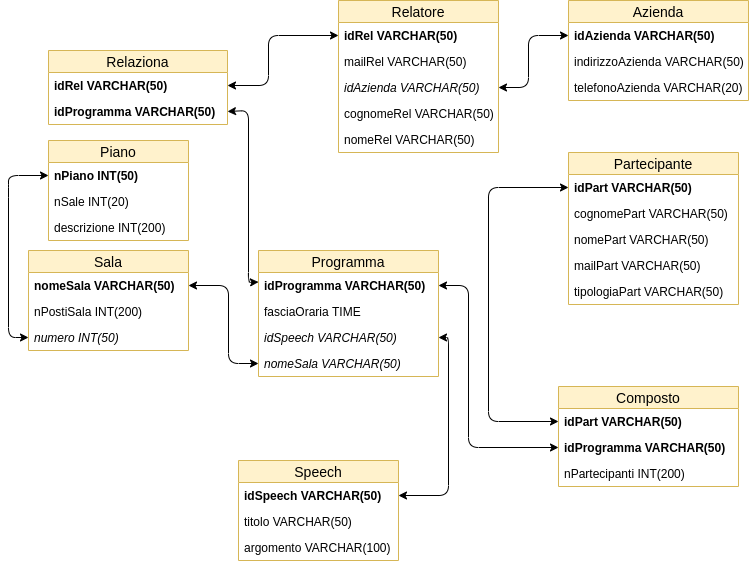
Before: Schemi/Schema_Fisico.png, a diagram exported from draw.io (mattiaudisio/SCUOL4). Source tidied: cells renumbered, new cells last; positions are measured from the earlier drawing's top-left corner, leaving out a move shared by most shapes.
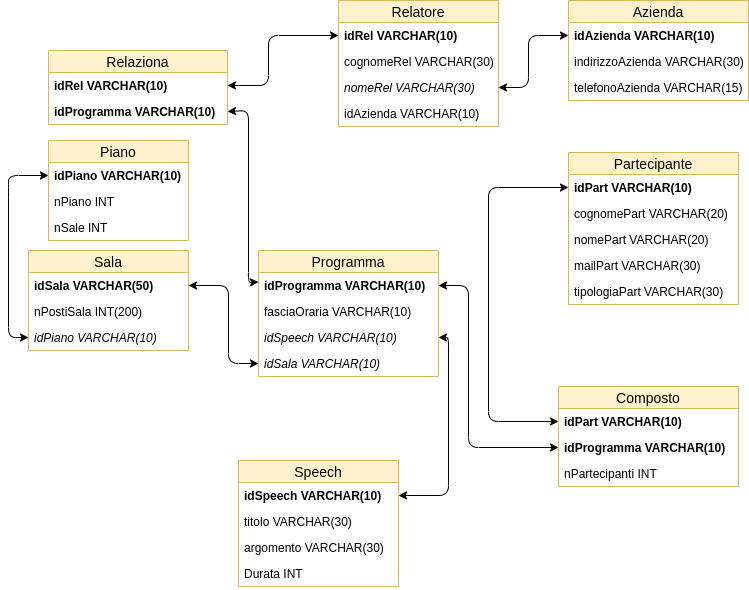
Above is the later version.

Diff of the diagram source:
```diff
@@ -3,33 +3,30 @@
     <mxCell id="0" />
     <mxCell id="1" parent="0" />
     <mxCell id="2" value="Relatore" style="swimlane;fontStyle=0;horizontal=1;startSize=22;fillColor=#fff2cc;swimlaneFillColor=#ffffff;align=center;fontSize=14;strokeColor=#d6b656;" parent="1" vertex="1">
-      <mxGeometry x="330" width="160" height="152" as="geometry" />
+      <mxGeometry x="330" width="160" height="126" as="geometry" />
     </mxCell>
-    <mxCell id="3" value="idRel VARCHAR(50)&#10; " style="text;strokeColor=none;fillColor=none;spacingLeft=4;spacingRight=4;overflow=hidden;points=[[0,0.5],[1,0.5]];portConstraint=eastwest;fontSize=12;fontStyle=1;" parent="2" vertex="1">
+    <mxCell id="3" value="idRel VARCHAR(10)" style="text;strokeColor=none;fillColor=none;spacingLeft=4;spacingRight=4;overflow=hidden;points=[[0,0.5],[1,0.5]];portConstraint=eastwest;fontSize=12;fontStyle=1;" parent="2" vertex="1">
       <mxGeometry y="22" width="160" height="26" as="geometry" />
     </mxCell>
-    <mxCell id="4" value="mailRel VARCHAR(50)" style="text;strokeColor=none;fillColor=none;spacingLeft=4;spacingRight=4;overflow=hidden;fontSize=12;fontStyle=0;" parent="2" vertex="1">
+    <mxCell id="4" value="cognomeRel VARCHAR(30)" style="text;strokeColor=none;fillColor=none;spacingLeft=4;spacingRight=4;overflow=hidden;fontSize=12;fontStyle=0;" parent="2" vertex="1">
       <mxGeometry y="48" width="160" height="26" as="geometry" />
     </mxCell>
-    <mxCell id="5" value="idAzienda VARCHAR(50)" style="text;strokeColor=none;fillColor=none;spacingLeft=4;spacingRight=4;overflow=hidden;points=[[0,0.5],[1,0.5]];portConstraint=eastwest;fontSize=12;fontStyle=2;" parent="2" vertex="1">
+    <mxCell id="5" value="nomeRel VARCHAR(30)" style="text;strokeColor=none;fillColor=none;spacingLeft=4;spacingRight=4;overflow=hidden;points=[[0,0.5],[1,0.5]];portConstraint=eastwest;fontSize=12;fontStyle=2;" parent="2" vertex="1">
       <mxGeometry y="74" width="160" height="26" as="geometry" />
     </mxCell>
-    <mxCell id="6" value="cognomeRel VARCHAR(50)" style="text;strokeColor=none;fillColor=none;spacingLeft=4;spacingRight=4;overflow=hidden;fontSize=12;" parent="2" vertex="1">
+    <mxCell id="6" value="idAzienda VARCHAR(10)" style="text;strokeColor=none;fillColor=none;spacingLeft=4;spacingRight=4;overflow=hidden;fontSize=12;" parent="2" vertex="1">
       <mxGeometry y="100" width="160" height="26" as="geometry" />
     </mxCell>
-    <mxCell id="7" value="nomeRel VARCHAR(50)" style="text;strokeColor=none;fillColor=none;spacingLeft=4;spacingRight=4;overflow=hidden;fontSize=12;" parent="2" vertex="1">
-      <mxGeometry y="126" width="160" height="26" as="geometry" />
-    </mxCell>
     <mxCell id="8" value="Azienda" style="swimlane;fontStyle=0;horizontal=1;startSize=22;fillColor=#fff2cc;swimlaneFillColor=#ffffff;align=center;fontSize=14;strokeColor=#d6b656;" parent="1" vertex="1">
       <mxGeometry x="560" width="180" height="100" as="geometry" />
     </mxCell>
-    <mxCell id="9" value="idAzienda VARCHAR(50)" style="text;strokeColor=none;fillColor=none;spacingLeft=4;spacingRight=4;overflow=hidden;points=[[0,0.5],[1,0.5]];portConstraint=eastwest;fontSize=12;fontStyle=1;" parent="8" vertex="1">
+    <mxCell id="9" value="idAzienda VARCHAR(10)" style="text;strokeColor=none;fillColor=none;spacingLeft=4;spacingRight=4;overflow=hidden;points=[[0,0.5],[1,0.5]];portConstraint=eastwest;fontSize=12;fontStyle=1;" parent="8" vertex="1">
       <mxGeometry y="22" width="180" height="26" as="geometry" />
     </mxCell>
-    <mxCell id="10" value="indirizzoAzienda VARCHAR(50)" style="text;strokeColor=none;fillColor=none;spacingLeft=4;spacingRight=4;overflow=hidden;fontSize=12;" parent="8" vertex="1">
+    <mxCell id="10" value="indirizzoAzienda VARCHAR(30)" style="text;strokeColor=none;fillColor=none;spacingLeft=4;spacingRight=4;overflow=hidden;fontSize=12;" parent="8" vertex="1">
       <mxGeometry y="48" width="180" height="26" as="geometry" />
     </mxCell>
-    <mxCell id="11" value="telefonoAzienda VARCHAR(20)" style="text;strokeColor=none;fillColor=none;spacingLeft=4;spacingRight=4;overflow=hidden;fontSize=12;" parent="8" vertex="1">
+    <mxCell id="11" value="telefonoAzienda VARCHAR(15)" style="text;strokeColor=none;fillColor=none;spacingLeft=4;spacingRight=4;overflow=hidden;fontSize=12;" parent="8" vertex="1">
       <mxGeometry y="74" width="180" height="26" as="geometry" />
     </mxCell>
     <mxCell id="12" style="endArrow=classic;startArrow=classic;html=1;exitX=1;exitY=0.5;exitDx=0;exitDy=0;entryX=0;entryY=0.5;entryDx=0;entryDy=0;" parent="1" edge="1" source="5" target="9">
@@ -43,58 +40,61 @@
     <mxCell id="13" value="Programma" style="swimlane;fontStyle=0;horizontal=1;startSize=22;fillColor=#fff2cc;swimlaneFillColor=#ffffff;align=center;fontSize=14;strokeColor=#d6b656;" parent="1" vertex="1">
       <mxGeometry x="250" y="250" width="180" height="126" as="geometry" />
     </mxCell>
-    <mxCell id="14" value="idProgramma VARCHAR(50)&#10;" style="text;strokeColor=none;fillColor=none;spacingLeft=4;spacingRight=4;overflow=hidden;points=[[0,0.5],[1,0.5]];portConstraint=eastwest;fontSize=12;fontStyle=1;" parent="13" vertex="1">
+    <mxCell id="14" value="idProgramma VARCHAR(10)&#10;" style="text;strokeColor=none;fillColor=none;spacingLeft=4;spacingRight=4;overflow=hidden;points=[[0,0.5],[1,0.5]];portConstraint=eastwest;fontSize=12;fontStyle=1;" parent="13" vertex="1">
       <mxGeometry y="22" width="180" height="26" as="geometry" />
     </mxCell>
-    <mxCell id="15" value="fasciaOraria TIME" style="text;strokeColor=none;fillColor=none;spacingLeft=4;spacingRight=4;overflow=hidden;fontSize=12;" parent="13" vertex="1">
+    <mxCell id="15" value="fasciaOraria VARCHAR(10)" style="text;strokeColor=none;fillColor=none;spacingLeft=4;spacingRight=4;overflow=hidden;fontSize=12;" parent="13" vertex="1">
       <mxGeometry y="48" width="180" height="26" as="geometry" />
     </mxCell>
-    <mxCell id="16" value="idSpeech VARCHAR(50)" style="text;strokeColor=none;fillColor=none;spacingLeft=4;spacingRight=4;overflow=hidden;points=[[0,0.5],[1,0.5]];portConstraint=eastwest;fontSize=12;fontStyle=2;" parent="13" vertex="1">
+    <mxCell id="16" value="idSpeech VARCHAR(10)" style="text;strokeColor=none;fillColor=none;spacingLeft=4;spacingRight=4;overflow=hidden;points=[[0,0.5],[1,0.5]];portConstraint=eastwest;fontSize=12;fontStyle=2;" parent="13" vertex="1">
       <mxGeometry y="74" width="180" height="26" as="geometry" />
     </mxCell>
-    <mxCell id="17" value="nomeSala VARCHAR(50)" style="text;strokeColor=none;fillColor=none;spacingLeft=4;spacingRight=4;overflow=hidden;points=[[0,0.5],[1,0.5]];portConstraint=eastwest;fontSize=12;fontStyle=2;" parent="13" vertex="1">
+    <mxCell id="17" value="idSala VARCHAR(10)" style="text;strokeColor=none;fillColor=none;spacingLeft=4;spacingRight=4;overflow=hidden;points=[[0,0.5],[1,0.5]];portConstraint=eastwest;fontSize=12;fontStyle=2;" parent="13" vertex="1">
       <mxGeometry y="100" width="180" height="26" as="geometry" />
     </mxCell>
     <mxCell id="18" value="Speech" style="swimlane;fontStyle=0;horizontal=1;startSize=22;fillColor=#fff2cc;swimlaneFillColor=#ffffff;align=center;fontSize=14;strokeColor=#d6b656;" parent="1" vertex="1">
-      <mxGeometry x="230" y="460" width="160" height="100" as="geometry" />
+      <mxGeometry x="230" y="460" width="160" height="126" as="geometry" />
     </mxCell>
-    <mxCell id="19" value="idSpeech VARCHAR(50)" style="text;strokeColor=none;fillColor=none;spacingLeft=4;spacingRight=4;overflow=hidden;points=[[0,0.5],[1,0.5]];portConstraint=eastwest;fontSize=12;fontStyle=1;" parent="18" vertex="1">
+    <mxCell id="19" value="idSpeech VARCHAR(10)" style="text;strokeColor=none;fillColor=none;spacingLeft=4;spacingRight=4;overflow=hidden;points=[[0,0.5],[1,0.5]];portConstraint=eastwest;fontSize=12;fontStyle=1;" parent="18" vertex="1">
       <mxGeometry y="22" width="160" height="26" as="geometry" />
     </mxCell>
-    <mxCell id="20" value="titolo VARCHAR(50)" style="text;strokeColor=none;fillColor=none;spacingLeft=4;spacingRight=4;overflow=hidden;fontSize=12;" parent="18" vertex="1">
+    <mxCell id="20" value="titolo VARCHAR(30)" style="text;strokeColor=none;fillColor=none;spacingLeft=4;spacingRight=4;overflow=hidden;fontSize=12;" parent="18" vertex="1">
       <mxGeometry y="48" width="160" height="26" as="geometry" />
     </mxCell>
+    <mxCell id="50" value="argomento VARCHAR(30)" style="text;strokeColor=none;fillColor=none;spacingLeft=4;spacingRight=4;overflow=hidden;fontSize=12;" parent="18" vertex="1">
+      <mxGeometry y="74" width="160" height="26" as="geometry" />
+    </mxCell>
-    <mxCell id="21" value="argomento VARCHAR(100)" style="text;strokeColor=none;fillColor=none;spacingLeft=4;spacingRight=4;overflow=hidden;fontSize=12;" parent="18" vertex="1">
-      <mxGeometry y="74" width="160" height="26" as="geometry" />
+    <mxCell id="21" value="Durata INT" style="text;strokeColor=none;fillColor=none;spacingLeft=4;spacingRight=4;overflow=hidden;fontSize=12;" parent="18" vertex="1">
+      <mxGeometry y="100" width="160" height="26" as="geometry" />
     </mxCell>
     <mxCell id="22" value="Partecipante" style="swimlane;fontStyle=0;horizontal=1;startSize=22;fillColor=#fff2cc;swimlaneFillColor=#ffffff;align=center;fontSize=14;strokeColor=#d6b656;" parent="1" vertex="1">
       <mxGeometry x="560" y="152" width="170" height="152" as="geometry" />
     </mxCell>
-    <mxCell id="23" value="idPart VARCHAR(50)" style="text;strokeColor=none;fillColor=none;spacingLeft=4;spacingRight=4;overflow=hidden;points=[[0,0.5],[1,0.5]];portConstraint=eastwest;fontSize=12;fontStyle=1;fontColor=#000000;" parent="22" vertex="1">
+    <mxCell id="23" value="idPart VARCHAR(10)" style="text;strokeColor=none;fillColor=none;spacingLeft=4;spacingRight=4;overflow=hidden;points=[[0,0.5],[1,0.5]];portConstraint=eastwest;fontSize=12;fontStyle=1;fontColor=#000000;" parent="22" vertex="1">
       <mxGeometry y="22" width="170" height="26" as="geometry" />
     </mxCell>
-    <mxCell id="24" value="cognomePart VARCHAR(50)" style="text;strokeColor=none;fillColor=none;spacingLeft=4;spacingRight=4;overflow=hidden;fontSize=12;" parent="22" vertex="1">
+    <mxCell id="24" value="cognomePart VARCHAR(20)" style="text;strokeColor=none;fillColor=none;spacingLeft=4;spacingRight=4;overflow=hidden;fontSize=12;" parent="22" vertex="1">
       <mxGeometry y="48" width="170" height="26" as="geometry" />
     </mxCell>
-    <mxCell id="25" value="nomePart VARCHAR(50)" style="text;strokeColor=none;fillColor=none;spacingLeft=4;spacingRight=4;overflow=hidden;fontSize=12;" parent="22" vertex="1">
+    <mxCell id="25" value="nomePart VARCHAR(20) " style="text;strokeColor=none;fillColor=none;spacingLeft=4;spacingRight=4;overflow=hidden;fontSize=12;" parent="22" vertex="1">
       <mxGeometry y="74" width="170" height="26" as="geometry" />
     </mxCell>
-    <mxCell id="26" value="mailPart VARCHAR(50)" style="text;strokeColor=none;fillColor=none;spacingLeft=4;spacingRight=4;overflow=hidden;fontSize=12;" parent="22" vertex="1">
+    <mxCell id="26" value="mailPart VARCHAR(30)" style="text;strokeColor=none;fillColor=none;spacingLeft=4;spacingRight=4;overflow=hidden;fontSize=12;" parent="22" vertex="1">
       <mxGeometry y="100" width="170" height="26" as="geometry" />
     </mxCell>
-    <mxCell id="27" value="tipologiaPart VARCHAR(50)" style="text;strokeColor=none;fillColor=none;spacingLeft=4;spacingRight=4;overflow=hidden;fontSize=12;" parent="22" vertex="1">
+    <mxCell id="27" value="tipologiaPart VARCHAR(30)" style="text;strokeColor=none;fillColor=none;spacingLeft=4;spacingRight=4;overflow=hidden;fontSize=12;" parent="22" vertex="1">
       <mxGeometry y="126" width="170" height="26" as="geometry" />
     </mxCell>
     <mxCell id="28" value="Sala" style="swimlane;fontStyle=0;horizontal=1;startSize=22;fillColor=#fff2cc;swimlaneFillColor=#ffffff;align=center;fontSize=14;strokeColor=#d6b656;" parent="1" vertex="1">
       <mxGeometry x="20" y="250" width="160" height="100" as="geometry" />
     </mxCell>
-    <mxCell id="29" value="nomeSala VARCHAR(50)" style="text;strokeColor=none;fillColor=none;spacingLeft=4;spacingRight=4;overflow=hidden;points=[[0,0.5],[1,0.5]];portConstraint=eastwest;fontSize=12;fontStyle=1;" parent="28" vertex="1">
+    <mxCell id="29" value="idSala VARCHAR(50)" style="text;strokeColor=none;fillColor=none;spacingLeft=4;spacingRight=4;overflow=hidden;points=[[0,0.5],[1,0.5]];portConstraint=eastwest;fontSize=12;fontStyle=1;" parent="28" vertex="1">
       <mxGeometry y="22" width="160" height="26" as="geometry" />
     </mxCell>
     <mxCell id="30" value="nPostiSala INT(200)" style="text;strokeColor=none;fillColor=none;spacingLeft=4;spacingRight=4;overflow=hidden;fontSize=12;" parent="28" vertex="1">
       <mxGeometry y="48" width="160" height="26" as="geometry" />
     </mxCell>
-    <mxCell id="31" value="numero INT(50)" style="text;strokeColor=none;fillColor=none;spacingLeft=4;spacingRight=4;overflow=hidden;points=[[0,0.5],[1,0.5]];portConstraint=eastwest;fontSize=12;fontStyle=2;" parent="28" vertex="1">
+    <mxCell id="31" value="idPiano VARCHAR(10)" style="text;strokeColor=none;fillColor=none;spacingLeft=4;spacingRight=4;overflow=hidden;points=[[0,0.5],[1,0.5]];portConstraint=eastwest;fontSize=12;fontStyle=2;" parent="28" vertex="1">
       <mxGeometry y="74" width="160" height="26" as="geometry" />
     </mxCell>
     <mxCell id="32" style="endArrow=classic;startArrow=classic;html=1;exitX=1;exitY=0.5;exitDx=0;exitDy=0;entryX=0;entryY=0.5;entryDx=0;entryDy=0;" parent="1" edge="1" source="29" target="17">
@@ -108,13 +108,13 @@
     <mxCell id="33" value="Piano" style="swimlane;fontStyle=0;horizontal=1;startSize=22;fillColor=#fff2cc;swimlaneFillColor=#ffffff;align=center;fontSize=14;strokeColor=#d6b656;" parent="1" vertex="1">
       <mxGeometry x="40" y="140" width="140" height="100" as="geometry" />
     </mxCell>
-    <mxCell id="34" value="nPiano INT(50)" style="text;strokeColor=none;fillColor=none;spacingLeft=4;spacingRight=4;overflow=hidden;points=[[0,0.5],[1,0.5]];portConstraint=eastwest;fontSize=12;fontStyle=1;" parent="33" vertex="1">
+    <mxCell id="34" value="idPiano VARCHAR(10)" style="text;strokeColor=none;fillColor=none;spacingLeft=4;spacingRight=4;overflow=hidden;points=[[0,0.5],[1,0.5]];portConstraint=eastwest;fontSize=12;fontStyle=1;" parent="33" vertex="1">
       <mxGeometry y="22" width="140" height="26" as="geometry" />
     </mxCell>
-    <mxCell id="35" value="nSale INT(20)" style="text;strokeColor=none;fillColor=none;spacingLeft=4;spacingRight=4;overflow=hidden;fontSize=12;" parent="33" vertex="1">
+    <mxCell id="35" value="nPiano INT" style="text;strokeColor=none;fillColor=none;spacingLeft=4;spacingRight=4;overflow=hidden;fontSize=12;" parent="33" vertex="1">
       <mxGeometry y="48" width="140" height="26" as="geometry" />
     </mxCell>
-    <mxCell id="36" value="descrizione INT(200)" style="text;strokeColor=none;fillColor=none;spacingLeft=4;spacingRight=4;overflow=hidden;fontSize=12;" parent="33" vertex="1">
+    <mxCell id="36" value="nSale INT" style="text;strokeColor=none;fillColor=none;spacingLeft=4;spacingRight=4;overflow=hidden;fontSize=12;" parent="33" vertex="1">
       <mxGeometry y="74" width="140" height="26" as="geometry" />
     </mxCell>
     <mxCell id="37" style="endArrow=classic;startArrow=classic;html=1;entryX=0;entryY=0.5;entryDx=0;entryDy=0;exitX=0;exitY=0.5;exitDx=0;exitDy=0;" parent="1" edge="1" source="34" target="31">
@@ -129,10 +129,10 @@
     <mxCell id="38" value="Relaziona" style="swimlane;fontStyle=0;horizontal=1;startSize=22;fillColor=#fff2cc;swimlaneFillColor=#ffffff;align=center;fontSize=14;strokeColor=#d6b656;" parent="1" vertex="1">
       <mxGeometry x="40" y="50" width="179" height="74" as="geometry" />
     </mxCell>
-    <mxCell id="39" value="idRel VARCHAR(50)" style="text;strokeColor=none;fillColor=none;spacingLeft=4;spacingRight=4;overflow=hidden;points=[[0,0.5],[1,0.5]];portConstraint=eastwest;fontSize=12;fontStyle=1;" parent="38" vertex="1">
+    <mxCell id="39" value="idRel VARCHAR(10)" style="text;strokeColor=none;fillColor=none;spacingLeft=4;spacingRight=4;overflow=hidden;points=[[0,0.5],[1,0.5]];portConstraint=eastwest;fontSize=12;fontStyle=1;" parent="38" vertex="1">
       <mxGeometry y="22" width="179" height="26" as="geometry" />
     </mxCell>
-    <mxCell id="40" value="idProgramma VARCHAR(50)" style="text;strokeColor=none;fillColor=none;spacingLeft=4;spacingRight=4;overflow=hidden;points=[[0,0.5],[1,0.5]];portConstraint=eastwest;fontSize=12;fontStyle=1;" parent="38" vertex="1">
+    <mxCell id="40" value="idProgramma VARCHAR(10)" style="text;strokeColor=none;fillColor=none;spacingLeft=4;spacingRight=4;overflow=hidden;points=[[0,0.5],[1,0.5]];portConstraint=eastwest;fontSize=12;fontStyle=1;" parent="38" vertex="1">
       <mxGeometry y="48" width="179" height="26" as="geometry" />
     </mxCell>
     <mxCell id="41" style="endArrow=classic;startArrow=classic;html=1;exitX=1;exitY=0.5;exitDx=0;exitDy=0;entryX=0;entryY=0.5;entryDx=0;entryDy=0;" parent="1" edge="1" source="39" target="3">
@@ -154,13 +154,13 @@
     <mxCell id="43" value="Composto" style="swimlane;fontStyle=0;horizontal=1;startSize=22;fillColor=#fff2cc;swimlaneFillColor=#ffffff;align=center;fontSize=14;strokeColor=#d6b656;" parent="1" vertex="1">
       <mxGeometry x="550" y="386" width="180" height="100" as="geometry" />
     </mxCell>
-    <mxCell id="44" value="idPart VARCHAR(50)" style="text;strokeColor=none;fillColor=none;spacingLeft=4;spacingRight=4;overflow=hidden;points=[[0,0.5],[1,0.5]];portConstraint=eastwest;fontSize=12;fontStyle=1;" parent="43" vertex="1">
+    <mxCell id="44" value="idPart VARCHAR(10)" style="text;strokeColor=none;fillColor=none;spacingLeft=4;spacingRight=4;overflow=hidden;points=[[0,0.5],[1,0.5]];portConstraint=eastwest;fontSize=12;fontStyle=1;" parent="43" vertex="1">
       <mxGeometry y="22" width="180" height="26" as="geometry" />
     </mxCell>
-    <mxCell id="45" value="idProgramma VARCHAR(50)" style="text;strokeColor=none;fillColor=none;spacingLeft=4;spacingRight=4;overflow=hidden;points=[[0,0.5],[1,0.5]];portConstraint=eastwest;fontSize=12;fontStyle=1;" parent="43" vertex="1">
+    <mxCell id="45" value="idProgramma VARCHAR(10)" style="text;strokeColor=none;fillColor=none;spacingLeft=4;spacingRight=4;overflow=hidden;points=[[0,0.5],[1,0.5]];portConstraint=eastwest;fontSize=12;fontStyle=1;" parent="43" vertex="1">
       <mxGeometry y="48" width="180" height="26" as="geometry" />
     </mxCell>
-    <mxCell id="46" value="nPartecipanti INT(200)" style="text;strokeColor=none;fillColor=none;spacingLeft=4;spacingRight=4;overflow=hidden;fontSize=12;fontStyle=0;" parent="43" vertex="1">
+    <mxCell id="46" value="nPartecipanti INT" style="text;strokeColor=none;fillColor=none;spacingLeft=4;spacingRight=4;overflow=hidden;fontSize=12;fontStyle=0;" parent="43" vertex="1">
       <mxGeometry y="74" width="180" height="26" as="geometry" />
     </mxCell>
     <mxCell id="47" style="endArrow=classic;startArrow=classic;html=1;exitX=1;exitY=0.5;exitDx=0;exitDy=0;entryX=1;entryY=0.5;entryDx=0;entryDy=0;" parent="1" edge="1" source="19" target="16">
```
